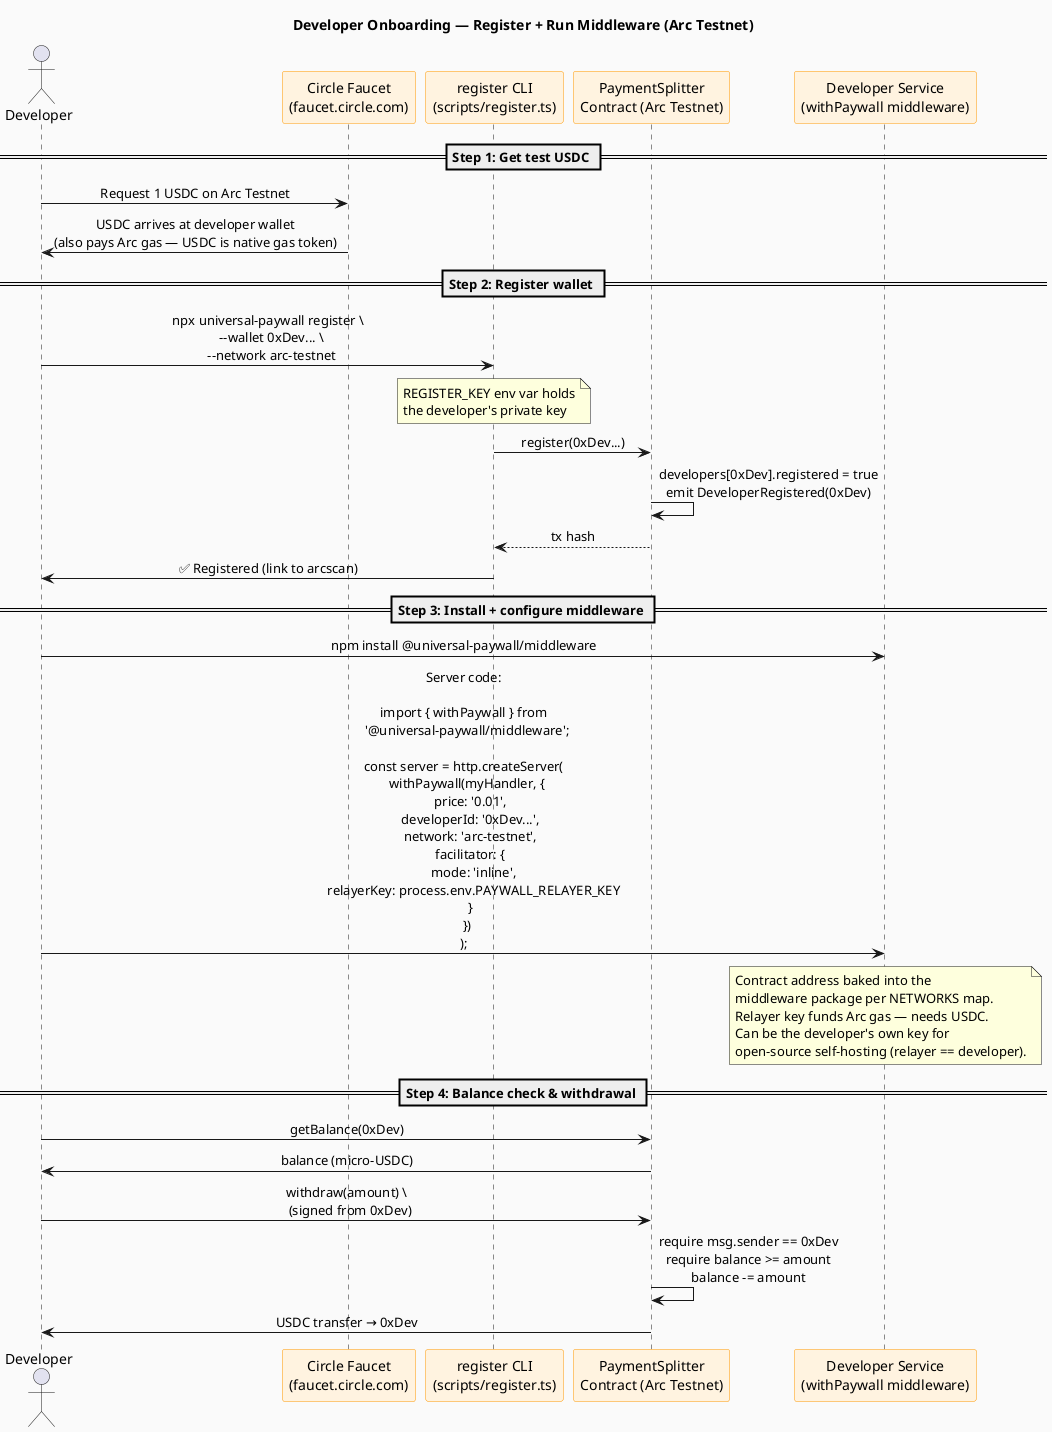
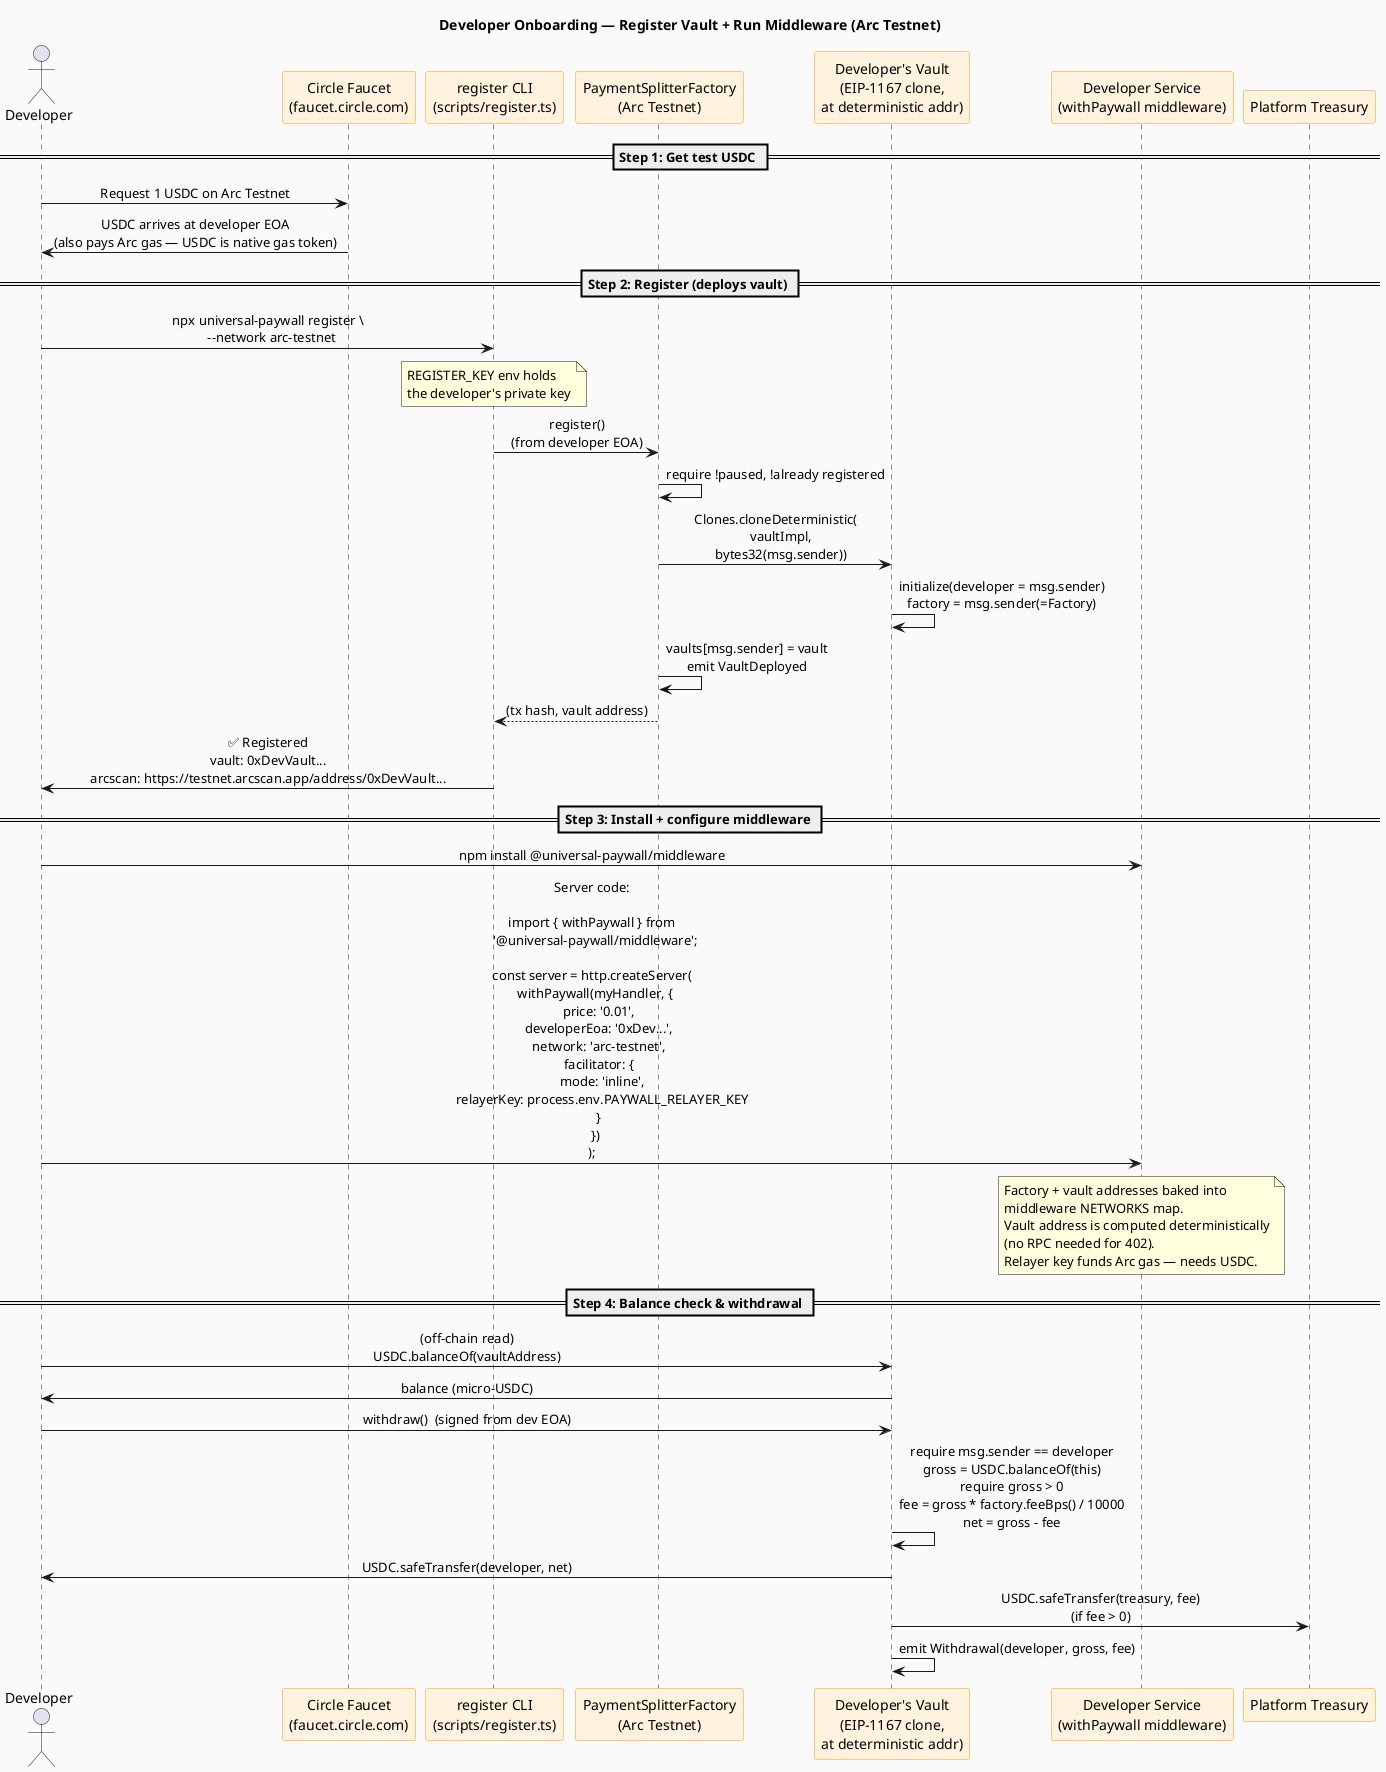
@startuml developer-onboarding
- title Developer Onboarding — Register + Run Middleware (Arc Testnet)
+ title Developer Onboarding — Register Vault + Run Middleware (Arc Testnet)

skinparam sequenceMessageAlign center
skinparam backgroundColor #FAFAFA
skinparam participantBackgroundColor #FFF3E0
skinparam participantBorderColor #FF9800

actor "Developer" as Dev
participant "Circle Faucet\n(faucet.circle.com)" as Faucet
participant "register CLI\n(scripts/register.ts)" as CLI
- participant "PaymentSplitter\nContract (Arc Testnet)" as Splitter
+ participant "PaymentSplitterFactory\n(Arc Testnet)" as Factory
+ participant "Developer's Vault\n(EIP-1167 clone,\nat deterministic addr)" as Vault
participant "Developer Service\n(withPaywall middleware)" as Service

== Step 1: Get test USDC ==
Dev -> Faucet : Request 1 USDC on Arc Testnet
- Faucet -> Dev : USDC arrives at developer wallet\n(also pays Arc gas — USDC is native gas token)
+ Faucet -> Dev : USDC arrives at developer EOA\n(also pays Arc gas — USDC is native gas token)

- == Step 2: Register wallet ==
- Dev -> CLI : npx universal-paywall register \\\n  --wallet 0xDev... \\\n  --network arc-testnet
- note over CLI : REGISTER_KEY env var holds\nthe developer's private key
- CLI -> Splitter : register(0xDev...)
- Splitter -> Splitter : developers[0xDev].registered = true\nemit DeveloperRegistered(0xDev)
- Splitter --> CLI : tx hash
- CLI -> Dev : ✅ Registered (link to arcscan)
+ == Step 2: Register (deploys vault) ==
+ Dev -> CLI : npx universal-paywall register \\\n  --network arc-testnet
+ note over CLI : REGISTER_KEY env holds\nthe developer's private key
+ CLI -> Factory : register()\n(from developer EOA)
+ Factory -> Factory : require !paused, !already registered
+ Factory -> Vault : Clones.cloneDeterministic(\n   vaultImpl,\n   bytes32(msg.sender))
+ Vault -> Vault : initialize(developer = msg.sender)\nfactory = msg.sender(=Factory)
+ Factory -> Factory : vaults[msg.sender] = vault\nemit VaultDeployed
+ Factory --> CLI : (tx hash, vault address)
+ CLI -> Dev : ✅ Registered\nvault: 0xDevVault...\narcscan: https://testnet.arcscan.app/address/0xDevVault...

== Step 3: Install + configure middleware ==
Dev -> Service : npm install @universal-paywall/middleware

- Dev -> Service : Server code:\n\nimport { withPaywall } from\n  '@universal-paywall/middleware';\n\nconst server = http.createServer(\n  withPaywall(myHandler, {\n    price: '0.01',\n    developerId: '0xDev...',\n    network: 'arc-testnet',\n    facilitator: {\n      mode: 'inline',\n      relayerKey: process.env.PAYWALL_RELAYER_KEY\n    }\n  })\n);
+ Dev -> Service : Server code:\n\nimport { withPaywall } from\n  '@universal-paywall/middleware';\n\nconst server = http.createServer(\n  withPaywall(myHandler, {\n    price: '0.01',\n    developerEoa: '0xDev...',\n    network: 'arc-testnet',\n    facilitator: {\n      mode: 'inline',\n      relayerKey: process.env.PAYWALL_RELAYER_KEY\n    }\n  })\n);

note over Service
-   Contract address baked into the
-   middleware package per NETWORKS map.
+   Factory + vault addresses baked into
+   middleware NETWORKS map.
+   Vault address is computed deterministically
+   (no RPC needed for 402).
  Relayer key funds Arc gas — needs USDC.
-   Can be the developer's own key for
-   open-source self-hosting (relayer == developer).
end note

== Step 4: Balance check & withdrawal ==

- Dev -> Splitter : getBalance(0xDev)
- Splitter -> Dev : balance (micro-USDC)
+ Dev -> Vault : (off-chain read)\nUSDC.balanceOf(vaultAddress)
+ Vault -> Dev : balance (micro-USDC)

- Dev -> Splitter : withdraw(amount) \\\n  (signed from 0xDev)
- Splitter -> Splitter : require msg.sender == 0xDev\nrequire balance >= amount\nbalance -= amount
- Splitter -> Dev : USDC transfer → 0xDev
+ Dev -> Vault : withdraw()  (signed from dev EOA)
+ Vault -> Vault : require msg.sender == developer\ngross = USDC.balanceOf(this)\nrequire gross > 0\nfee = gross * factory.feeBps() / 10000\nnet = gross - fee
+ Vault -> Dev : USDC.safeTransfer(developer, net)
+ Vault -> "Platform Treasury" : USDC.safeTransfer(treasury, fee)\n(if fee > 0)
+ Vault -> Vault : emit Withdrawal(developer, gross, fee)

@enduml
